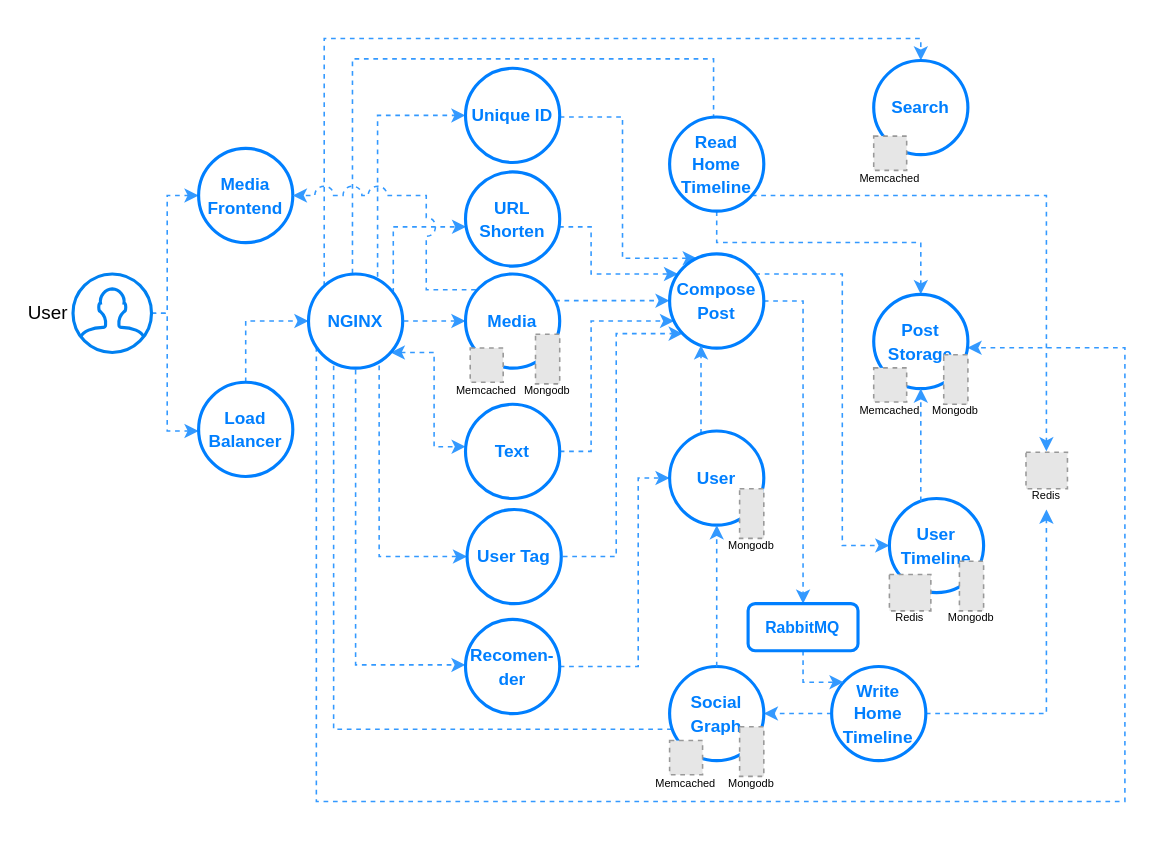
Above: Untitled Diagram.drawio in danielfct/master-thesis (draw.io), before the change. Source tidied: cells renumbered, new cells numbered last; positions are measured from the earlier drawing's top-left corner, leaving out a move shared by most shapes. Both pictures are drawn from the tidied source at 157%, with x=0, y=0 at pixel (72, 38). Pictures stored in the file or linked from it are replaced by grey dashed boxes.
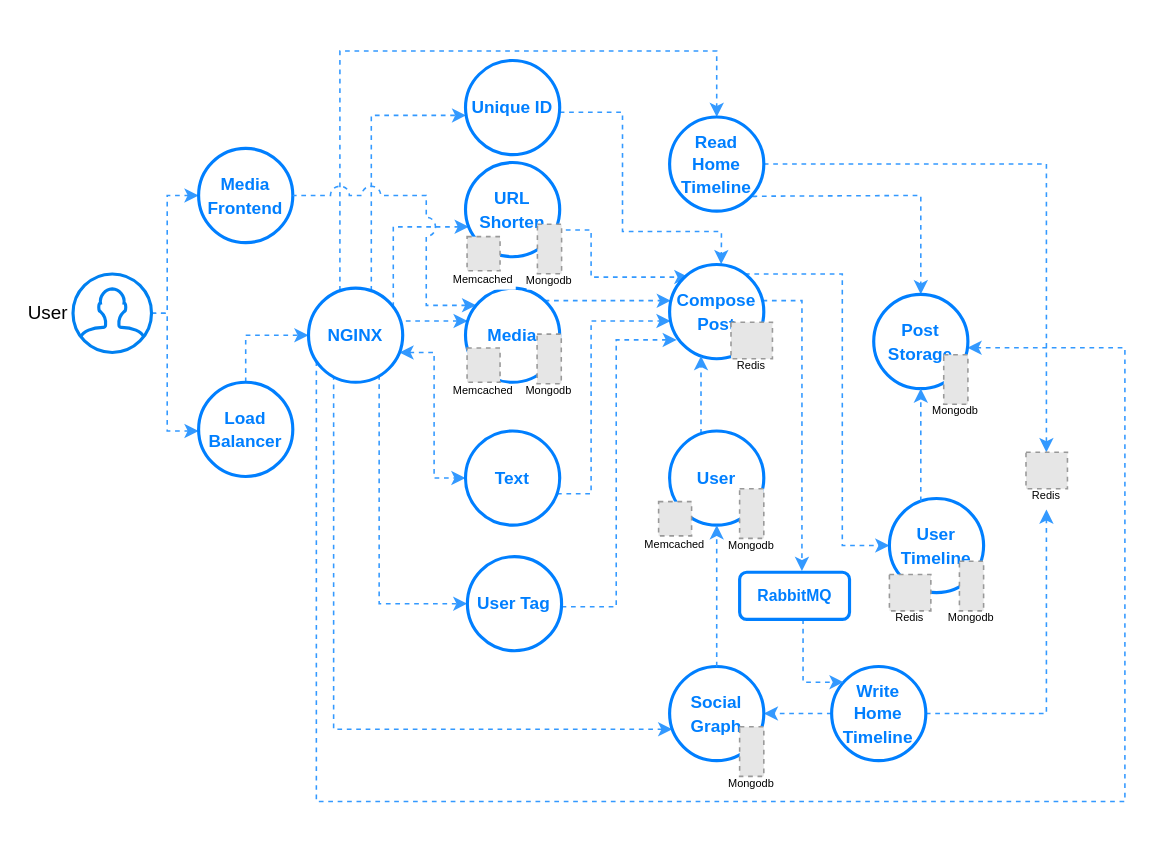
Above is the later version.

Unchanged cells that the change refers to:
```xml
<mxCell id="6" value="&lt;span style=&quot;font-size: 11px&quot;&gt;&lt;b&gt;&lt;font color=&quot;#007fff&quot;&gt;Load&lt;br&gt;Balancer&lt;br&gt;&lt;/font&gt;&lt;/b&gt;&lt;/span&gt;" style="ellipse;whiteSpace=wrap;html=1;strokeWidth=2;strokeColor=#007FFF;" parent="1" vertex="1">
  <mxGeometry x="80" y="219" width="60" height="60" as="geometry" />
</mxCell>
<mxCell id="7" value="&lt;span style=&quot;font-size: 11px&quot;&gt;&lt;b&gt;&lt;font color=&quot;#007fff&quot;&gt;Media&lt;br&gt;Frontend&lt;br&gt;&lt;/font&gt;&lt;/b&gt;&lt;/span&gt;" style="ellipse;whiteSpace=wrap;html=1;strokeWidth=2;strokeColor=#007FFF;" parent="1" vertex="1">
  <mxGeometry x="80" y="70" width="60" height="60" as="geometry" />
</mxCell>
<mxCell id="34" value="&lt;span style=&quot;font-size: 11px&quot;&gt;&lt;b&gt;&lt;font color=&quot;#007fff&quot;&gt;Read Home&lt;br&gt;Timeline&lt;br&gt;&lt;/font&gt;&lt;/b&gt;&lt;/span&gt;" style="ellipse;whiteSpace=wrap;html=1;strokeWidth=2;strokeColor=#007FFF;" parent="1" vertex="1">
  <mxGeometry x="380" y="50" width="60" height="60" as="geometry" />
</mxCell>
<mxCell id="39" value="&lt;span style=&quot;font-size: 11px&quot;&gt;&lt;b&gt;&lt;font color=&quot;#007fff&quot;&gt;User&lt;br&gt;&lt;/font&gt;&lt;/b&gt;&lt;/span&gt;" style="ellipse;whiteSpace=wrap;html=1;strokeWidth=2;strokeColor=#007FFF;" parent="1" vertex="1">
  <mxGeometry x="380" y="250" width="60" height="60" as="geometry" />
</mxCell>
<mxCell id="45" value="Redis" style="fillColor=#E6E6E6;strokeColor=#999999;dashed=1;verticalLabelPosition=bottom;labelBackgroundColor=#ffffff;verticalAlign=top;spacing=-4;fontSize=7;" parent="1" vertex="1">
  <mxGeometry x="607" y="263.6" width="26.4" height="23.2" as="geometry" />
</mxCell>
<mxCell id="48" style="group;" parent="1" vertex="1">
  <mxGeometry x="510" y="163" width="60" height="70" as="geometry" />
</mxCell>
<mxCell id="49" value="&lt;span style=&quot;font-size: 11px&quot;&gt;&lt;b&gt;&lt;font color=&quot;#007fff&quot;&gt;Post Storage&lt;br&gt;&lt;/font&gt;&lt;/b&gt;&lt;/span&gt;" style="ellipse;whiteSpace=wrap;html=1;strokeWidth=2;strokeColor=#007FFF;" parent="48" vertex="1">
  <mxGeometry width="60" height="60" as="geometry" />
</mxCell>
<mxCell id="60" style="group;" parent="1" vertex="1">
  <mxGeometry x="380" y="400" width="60" height="70" as="geometry" />
</mxCell>
<mxCell id="61" value="&lt;span style=&quot;font-size: 11px&quot;&gt;&lt;b&gt;&lt;font color=&quot;#007fff&quot;&gt;Social Graph&lt;br&gt;&lt;/font&gt;&lt;/b&gt;&lt;/span&gt;" style="ellipse;whiteSpace=wrap;html=1;strokeWidth=2;strokeColor=#007FFF;" parent="60" vertex="1">
  <mxGeometry width="60" height="60" as="geometry" />
</mxCell>
```

What changed in the source:
```diff
@@
     <mxCell id="5" style="edgeStyle=orthogonalEdgeStyle;rounded=0;jettySize=auto;html=1;dashed=1;strokeColor=#3399FF;entryX=0;entryY=0.5;entryDx=0;entryDy=0;" parent="1" edge="1" source="6" target="17">
       <mxGeometry relative="1" as="geometry">
         <Array as="points">
-          <mxPoint x="110" y="180" />
+          <mxPoint x="110" y="189" />
         </Array>
       </mxGeometry>
     </mxCell>
@@
-    <mxCell id="8" style="edgeStyle=orthogonalEdgeStyle;rounded=0;jettySize=auto;html=1;dashed=1;strokeColor=#3399FF;fontSize=7;" parent="1" edge="1" target="19">
-      <mxGeometry relative="1" as="geometry">
-        <mxPoint x="185" y="210" as="sourcePoint" />
-        <Array as="points">
-          <mxPoint x="180" y="210" />
-          <mxPoint x="180" y="399" />
-        </Array>
-      </mxGeometry>
-    </mxCell>
-    <mxCell id="9" style="edgeStyle=orthogonalEdgeStyle;rounded=0;jettySize=auto;html=1;dashed=1;strokeColor=#3399FF;fontSize=7;" parent="1" edge="1" target="21">
+    <mxCell id="9" style="edgeStyle=orthogonalEdgeStyle;rounded=0;jettySize=auto;html=1;dashed=1;strokeColor=#3399FF;fontSize=7;entryX=0;entryY=0.5;entryDx=0;entryDy=0;" parent="1" edge="1" target="21">
       <mxGeometry relative="1" as="geometry">
         <mxPoint x="195" y="208.3" as="sourcePoint" />
         <Array as="points">
-          <mxPoint x="195" y="330" />
+          <mxPoint x="195" y="360" />
         </Array>
       </mxGeometry>
     </mxCell>
     <mxCell id="10" style="edgeStyle=orthogonalEdgeStyle;rounded=0;jettySize=auto;html=1;dashed=1;strokeColor=#3399FF;fontSize=7;startArrow=classic;startFill=1;" parent="1" edge="1" source="17" target="23">
       <mxGeometry relative="1" as="geometry">
         <Array as="points">
           <mxPoint x="230" y="200" />
-          <mxPoint x="230" y="260" />
+          <mxPoint x="230" y="280" />
         </Array>
       </mxGeometry>
     </mxCell>
-    <mxCell id="11" style="edgeStyle=orthogonalEdgeStyle;rounded=0;orthogonalLoop=1;jettySize=auto;html=1;dashed=1;strokeColor=#3399FF;fontSize=7;" parent="1" edge="1">
+    <mxCell id="11" style="edgeStyle=orthogonalEdgeStyle;rounded=0;jettySize=auto;html=1;dashed=1;strokeColor=#3399FF;fontSize=7;" parent="1" edge="1" target="61">
       <mxGeometry relative="1" as="geometry">
         <mxPoint x="166" y="202.4" as="sourcePoint" />
-        <mxPoint x="414" y="440" as="targetPoint" />
         <Array as="points">
           <mxPoint x="166" y="440" />
         </Array>
       </mxGeometry>
     </mxCell>
@@
-    <mxCell id="13" style="edgeStyle=orthogonalEdgeStyle;rounded=0;orthogonalLoop=1;jettySize=auto;html=1;dashed=1;startArrow=none;startFill=0;strokeColor=#3399FF;fontSize=7;" parent="1" edge="1">
+    <mxCell id="13" style="edgeStyle=orthogonalEdgeStyle;rounded=0;jettySize=auto;html=1;dashed=1;startArrow=none;startFill=0;strokeColor=#3399FF;fontSize=7;" parent="1" edge="1" source="17" target="31">
       <mxGeometry relative="1" as="geometry">
-        <mxPoint x="194" y="151.7" as="sourcePoint" />
-        <mxPoint x="250" y="49" as="targetPoint" />
         <Array as="points">
-          <mxPoint x="194" y="49" />
+          <mxPoint x="190" y="49" />
         </Array>
       </mxGeometry>
     </mxCell>
-    <mxCell id="14" style="edgeStyle=orthogonalEdgeStyle;rounded=0;orthogonalLoop=1;jettySize=auto;html=1;dashed=1;startArrow=none;startFill=0;strokeColor=#3399FF;fontSize=7;entryX=0.5;entryY=0;entryDx=0;entryDy=0;" parent="1" edge="1">
+    <mxCell id="14" style="edgeStyle=orthogonalEdgeStyle;rounded=0;jettySize=auto;html=1;dashed=1;startArrow=none;startFill=0;strokeColor=#3399FF;fontSize=7;entryX=0.5;entryY=0;entryDx=0;entryDy=0;" parent="1" edge="1" source="17" target="34">
       <mxGeometry relative="1" as="geometry">
-        <mxPoint x="178" y="149.7" as="sourcePoint" />
-        <mxPoint x="408" y="60" as="targetPoint" />
         <Array as="points">
-          <mxPoint x="178" y="13" />
-          <mxPoint x="408" y="13" />
+          <mxPoint x="170" y="8" />
+          <mxPoint x="410" y="8" />
         </Array>
       </mxGeometry>
     </mxCell>
-    <mxCell id="15" style="edgeStyle=orthogonalEdgeStyle;rounded=0;jettySize=auto;html=1;dashed=1;startArrow=none;startFill=0;endArrow=classic;endFill=1;strokeColor=#3399FF;fontSize=7;" parent="1" edge="1" source="17" target="57">
-      <mxGeometry relative="1" as="geometry">
-        <Array as="points">
-          <mxPoint x="160" />
-          <mxPoint x="540" />
-        </Array>
-      </mxGeometry>
-    </mxCell>
@@
     <mxCell id="17" value="&lt;span style=&quot;font-size: 11px&quot;&gt;&lt;b&gt;&lt;font color=&quot;#007fff&quot;&gt;NGINX&lt;br&gt;&lt;/font&gt;&lt;/b&gt;&lt;/span&gt;" style="ellipse;whiteSpace=wrap;html=1;strokeWidth=2;strokeColor=#007FFF;" parent="1" vertex="1">
-      <mxGeometry x="150" y="150" width="60" height="60" as="geometry" />
+      <mxGeometry x="150" y="159" width="60" height="60" as="geometry" />
     </mxCell>
-    <mxCell id="18" style="edgeStyle=orthogonalEdgeStyle;rounded=0;jettySize=auto;html=1;entryX=0;entryY=0.5;entryDx=0;entryDy=0;dashed=1;startArrow=none;startFill=0;strokeColor=#3399FF;fontSize=7;" parent="1" edge="1" source="19" target="39">
-      <mxGeometry relative="1" as="geometry">
-        <Array as="points">
-          <mxPoint x="360" y="400" />
-          <mxPoint x="360" y="280" />
-        </Array>
-      </mxGeometry>
-    </mxCell>
-    <mxCell id="19" value="&lt;span style=&quot;font-size: 11px&quot;&gt;&lt;b&gt;&lt;font color=&quot;#007fff&quot;&gt;Recomen-der&lt;br&gt;&lt;/font&gt;&lt;/b&gt;&lt;/span&gt;" style="ellipse;whiteSpace=wrap;html=1;strokeWidth=2;strokeColor=#007FFF;" parent="1" vertex="1">
-      <mxGeometry x="250" y="370" width="60" height="60" as="geometry" />
-    </mxCell>
-    <mxCell id="20" style="edgeStyle=orthogonalEdgeStyle;rounded=0;jettySize=auto;html=1;dashed=1;startArrow=none;startFill=0;strokeColor=#3399FF;fontSize=7;" parent="1" edge="1" target="37">
+    <mxCell id="20" style="edgeStyle=orthogonalEdgeStyle;rounded=0;orthogonalLoop=1;jettySize=auto;html=1;dashed=1;startArrow=none;startFill=0;strokeColor=#3399FF;fontSize=7;" parent="1" edge="1">
       <mxGeometry relative="1" as="geometry">
-        <mxPoint x="306" y="330" as="sourcePoint" />
+        <mxPoint x="311.2" y="362" as="sourcePoint" />
+        <mxPoint x="384.6" y="192" as="targetPoint" />
         <Array as="points">
-          <mxPoint x="346" y="330" />
-          <mxPoint x="346" y="188" />
+          <mxPoint x="346" y="362" />
+          <mxPoint x="346" y="192" />
         </Array>
       </mxGeometry>
     </mxCell>
     <mxCell id="21" value="&lt;span style=&quot;font-size: 11px&quot;&gt;&lt;b&gt;&lt;font color=&quot;#007fff&quot;&gt;User Tag&lt;br&gt;&lt;/font&gt;&lt;/b&gt;&lt;/span&gt;" style="ellipse;whiteSpace=wrap;html=1;strokeWidth=2;strokeColor=#007FFF;" parent="1" vertex="1">
-      <mxGeometry x="251" y="300" width="60" height="60" as="geometry" />
+      <mxGeometry x="251.2" y="330" width="60" height="60" as="geometry" />
     </mxCell>
     <mxCell id="22" style="edgeStyle=orthogonalEdgeStyle;rounded=0;jettySize=auto;html=1;dashed=1;startArrow=none;startFill=0;strokeColor=#3399FF;fontSize=7;" parent="1" edge="1" source="23" target="37">
       <mxGeometry relative="1" as="geometry">
         <Array as="points">
-          <mxPoint x="330" y="263" />
+          <mxPoint x="330" y="290" />
           <mxPoint x="330" y="180" />
         </Array>
       </mxGeometry>
     </mxCell>
     <mxCell id="23" value="&lt;span style=&quot;font-size: 11px&quot;&gt;&lt;b&gt;&lt;font color=&quot;#007fff&quot;&gt;Text&lt;br&gt;&lt;/font&gt;&lt;/b&gt;&lt;/span&gt;" style="ellipse;whiteSpace=wrap;html=1;strokeWidth=2;strokeColor=#007FFF;" parent="1" vertex="1">
-      <mxGeometry x="250" y="233" width="60" height="60" as="geometry" />
+      <mxGeometry x="250" y="250" width="60" height="60" as="geometry" />
     </mxCell>
@@
-    <mxCell id="26" style="edgeStyle=orthogonalEdgeStyle;rounded=0;jettySize=auto;html=1;dashed=1;startArrow=none;startFill=0;endArrow=classic;endFill=1;strokeColor=#3399FF;fontSize=7;jumpStyle=arc;jumpSize=12;" parent="1" edge="1" target="7">
+    <mxCell id="26" style="edgeStyle=orthogonalEdgeStyle;rounded=0;jettySize=auto;html=1;dashed=1;startArrow=classic;startFill=1;endArrow=none;endFill=0;strokeColor=#3399FF;fontSize=7;jumpStyle=arc;jumpSize=12;" parent="1" edge="1" source="27" target="7">
       <mxGeometry relative="1" as="geometry">
-        <mxPoint x="262.6" y="160" as="sourcePoint" />
         <Array as="points">
-          <mxPoint x="225" y="160" />
+          <mxPoint x="225" y="170" />
           <mxPoint x="225" y="100" />
         </Array>
       </mxGeometry>
     </mxCell>
     <mxCell id="27" value="&lt;span style=&quot;font-size: 11px&quot;&gt;&lt;b&gt;&lt;font color=&quot;#007fff&quot;&gt;Media&lt;br&gt;&lt;/font&gt;&lt;/b&gt;&lt;/span&gt;" style="ellipse;whiteSpace=wrap;html=1;strokeWidth=2;strokeColor=#007FFF;" parent="1" vertex="1">
-      <mxGeometry x="250" y="150" width="60" height="60" as="geometry" />
+      <mxGeometry x="250" y="159" width="60" height="60" as="geometry" />
     </mxCell>
-    <mxCell id="28" style="edgeStyle=orthogonalEdgeStyle;rounded=0;jettySize=auto;html=1;dashed=1;startArrow=none;startFill=0;strokeColor=#3399FF;fontSize=7;" parent="1" edge="1" source="29" target="37">
+    <mxCell id="28" style="edgeStyle=orthogonalEdgeStyle;rounded=0;orthogonalLoop=1;jettySize=auto;html=1;dashed=1;startArrow=none;startFill=0;strokeColor=#3399FF;fontSize=7;" parent="1" edge="1">
       <mxGeometry relative="1" as="geometry">
+        <mxPoint x="307.9" y="122" as="sourcePoint" />
+        <mxPoint x="392" y="152" as="targetPoint" />
         <Array as="points">
-          <mxPoint x="330" y="120" />
-          <mxPoint x="330" y="150" />
+          <mxPoint x="330" y="122" />
+          <mxPoint x="330" y="152" />
         </Array>
       </mxGeometry>
     </mxCell>
     <mxCell id="29" value="&lt;span style=&quot;font-size: 11px&quot;&gt;&lt;b&gt;&lt;font color=&quot;#007fff&quot;&gt;URL Shorten&lt;br&gt;&lt;/font&gt;&lt;/b&gt;&lt;/span&gt;" style="ellipse;whiteSpace=wrap;html=1;strokeWidth=2;strokeColor=#007FFF;" parent="1" vertex="1">
-      <mxGeometry x="250" y="85" width="60" height="60" as="geometry" />
+      <mxGeometry x="250" y="79" width="60" height="60" as="geometry" />
     </mxCell>
-    <mxCell id="30" style="edgeStyle=orthogonalEdgeStyle;rounded=0;jettySize=auto;html=1;dashed=1;startArrow=none;startFill=0;strokeColor=#3399FF;fontSize=7;" parent="1" edge="1" source="31" target="37">
+    <mxCell id="30" style="edgeStyle=orthogonalEdgeStyle;rounded=0;jettySize=auto;html=1;dashed=1;startArrow=none;startFill=0;strokeColor=#3399FF;fontSize=7;entryX=0.547;entryY=-0.003;entryDx=0;entryDy=0;entryPerimeter=0;" parent="1" edge="1" target="37">
       <mxGeometry relative="1" as="geometry">
+        <mxPoint x="310" y="47" as="sourcePoint" />
         <Array as="points">
-          <mxPoint x="350" y="50" />
-          <mxPoint x="350" y="140" />
+          <mxPoint x="350" y="47" />
+          <mxPoint x="350" y="123" />
+          <mxPoint x="413" y="123" />
+          <mxPoint x="413" y="130" />
+          <mxPoint x="413" y="130" />
         </Array>
       </mxGeometry>
     </mxCell>
     <mxCell id="31" value="&lt;span style=&quot;font-size: 11px&quot;&gt;&lt;b&gt;&lt;font color=&quot;#007fff&quot;&gt;Unique ID&lt;br&gt;&lt;/font&gt;&lt;/b&gt;&lt;/span&gt;" style="ellipse;whiteSpace=wrap;html=1;strokeWidth=2;strokeColor=#007FFF;" parent="1" vertex="1">
-      <mxGeometry x="250" y="19" width="60" height="60" as="geometry" />
+      <mxGeometry x="250" y="14" width="60" height="60" as="geometry" />
     </mxCell>
     <mxCell id="32" style="edgeStyle=orthogonalEdgeStyle;rounded=0;jettySize=auto;html=1;dashed=1;strokeColor=#3399FF;fontSize=7;" parent="1" edge="1" source="34" target="45">
       <mxGeometry relative="1" as="geometry">
         <Array as="points">
-          <mxPoint x="620" y="100" />
-          <mxPoint x="620" y="263" />
+          <mxPoint x="620" y="80" />
         </Array>
       </mxGeometry>
     </mxCell>
-    <mxCell id="33" style="edgeStyle=orthogonalEdgeStyle;rounded=0;jettySize=auto;html=1;dashed=1;startArrow=none;startFill=0;endArrow=classic;endFill=1;strokeColor=#3399FF;fontSize=7;" parent="1" edge="1" source="34" target="49">
+    <mxCell id="33" style="edgeStyle=orthogonalEdgeStyle;rounded=0;jettySize=auto;html=1;dashed=1;startArrow=none;startFill=0;endArrow=classic;endFill=1;strokeColor=#3399FF;fontSize=7;exitX=0.92;exitY=0.843;exitDx=0;exitDy=0;exitPerimeter=0;" parent="1" edge="1" source="34" target="49">
       <mxGeometry relative="1" as="geometry">
         <Array as="points">
-          <mxPoint x="410" y="130" />
-          <mxPoint x="540" y="130" />
+          <mxPoint x="410" y="101" />
+          <mxPoint x="540" y="100" />
         </Array>
       </mxGeometry>
     </mxCell>
@@
-    <mxCell id="35" style="edgeStyle=orthogonalEdgeStyle;rounded=0;jettySize=auto;html=1;entryX=0.5;entryY=0;entryDx=0;entryDy=0;dashed=1;startArrow=none;startFill=0;endArrow=classic;endFill=1;strokeColor=#3399FF;fontSize=7;" parent="1" edge="1" source="37" target="44">
+    <mxCell id="35" style="edgeStyle=orthogonalEdgeStyle;rounded=0;jettySize=auto;html=1;dashed=1;startArrow=none;startFill=0;endArrow=classic;endFill=1;strokeColor=#3399FF;fontSize=7;entryX=0.567;entryY=-0.026;entryDx=0;entryDy=0;entryPerimeter=0;" parent="1" edge="1" source="37" target="44">
       <mxGeometry relative="1" as="geometry">
         <Array as="points">
-          <mxPoint x="465" y="167" />
+          <mxPoint x="464" y="167" />
         </Array>
       </mxGeometry>
     </mxCell>
@@
     <mxCell id="37" value="&lt;span style=&quot;font-size: 11px&quot;&gt;&lt;b&gt;&lt;font color=&quot;#007fff&quot;&gt;Compose Post&lt;br&gt;&lt;/font&gt;&lt;/b&gt;&lt;/span&gt;" style="ellipse;whiteSpace=wrap;html=1;strokeWidth=2;strokeColor=#007FFF;" parent="1" vertex="1">
-      <mxGeometry x="380" y="137.2" width="60" height="60" as="geometry" />
+      <mxGeometry x="380" y="144" width="60" height="60" as="geometry" />
     </mxCell>
@@
     <mxCell id="44" value="&lt;font color=&quot;#007fff&quot;&gt;&lt;span style=&quot;font-size: 10px&quot;&gt;&lt;b&gt;RabbitMQ&lt;/b&gt;&lt;/span&gt;&lt;/font&gt;" style="rounded=1;whiteSpace=wrap;html=1;strokeWidth=2;strokeColor=#007FFF;" parent="1" vertex="1">
-      <mxGeometry x="430" y="360" width="70" height="30" as="geometry" />
+      <mxGeometry x="424.6" y="340" width="70" height="30" as="geometry" />
     </mxCell>
@@
-    <mxCell id="46" value="Mongodb" style="fillColor=#E6E6E6;strokeColor=#999999;dashed=1;verticalLabelPosition=bottom;labelBackgroundColor=#ffffff;verticalAlign=top;spacing=-4;fontSize=7;" parent="1" vertex="1">
-      <mxGeometry x="294.6" y="188.4" width="15.4" height="31.6" as="geometry" />
-    </mxCell>
@@
-    <mxCell id="50" value="Memcached" style="fillColor=#E6E6E6;strokeColor=#999999;dashed=1;verticalLabelPosition=bottom;labelBackgroundColor=#ffffff;verticalAlign=top;fontSize=7;spacing=-3;" parent="48" vertex="1">
-      <mxGeometry y="46.8" width="21" height="21.8" as="geometry" />
-    </mxCell>
@@
-    <mxCell id="56" style="group;" parent="1" vertex="1">
-      <mxGeometry x="510" y="14" width="60" height="70" as="geometry" />
-    </mxCell>
-    <mxCell id="57" value="&lt;span style=&quot;font-size: 11px&quot;&gt;&lt;b&gt;&lt;font color=&quot;#007fff&quot;&gt;Search&lt;br&gt;&lt;/font&gt;&lt;/b&gt;&lt;/span&gt;" style="ellipse;whiteSpace=wrap;html=1;strokeWidth=2;strokeColor=#007FFF;" parent="56" vertex="1">
-      <mxGeometry width="60" height="60" as="geometry" />
-    </mxCell>
-    <mxCell id="58" value="Memcached" style="fillColor=#E6E6E6;strokeColor=#999999;dashed=1;verticalLabelPosition=bottom;labelBackgroundColor=#ffffff;verticalAlign=top;fontSize=7;spacing=-3;" parent="56" vertex="1">
-      <mxGeometry y="48.2" width="21" height="21.8" as="geometry" />
-    </mxCell>
     <mxCell id="59" value="Memcached" style="fillColor=#E6E6E6;strokeColor=#999999;dashed=1;verticalLabelPosition=bottom;labelBackgroundColor=#ffffff;verticalAlign=top;fontSize=7;spacing=-3;" parent="1" vertex="1">
-      <mxGeometry x="253" y="197.2" width="21" height="21.8" as="geometry" />
+      <mxGeometry x="251" y="197.2" width="21" height="21.8" as="geometry" />
     </mxCell>
@@
-    <mxCell id="63" value="Memcached" style="fillColor=#E6E6E6;strokeColor=#999999;dashed=1;verticalLabelPosition=bottom;labelBackgroundColor=#ffffff;verticalAlign=top;fontSize=7;spacing=-3;" parent="60" vertex="1">
-      <mxGeometry y="47.2" width="21" height="21.8" as="geometry" />
-    </mxCell>
@@
+    <mxCell id="66" value="Redis" style="fillColor=#E6E6E6;strokeColor=#999999;dashed=1;verticalLabelPosition=bottom;labelBackgroundColor=#ffffff;verticalAlign=top;spacing=-4;fontSize=7;" parent="1" vertex="1">
+      <mxGeometry x="419.1" y="180.8" width="26.4" height="23.2" as="geometry" />
+    </mxCell>
+    <mxCell id="67" value="Memcached" style="fillColor=#E6E6E6;strokeColor=#999999;dashed=1;verticalLabelPosition=bottom;labelBackgroundColor=#ffffff;verticalAlign=top;fontSize=7;spacing=-3;" parent="1" vertex="1">
+      <mxGeometry x="251" y="126.2" width="21" height="21.8" as="geometry" />
+    </mxCell>
+    <mxCell id="68" value="Mongodb" style="fillColor=#E6E6E6;strokeColor=#999999;dashed=1;verticalLabelPosition=bottom;labelBackgroundColor=#ffffff;verticalAlign=top;spacing=-4;fontSize=7;" parent="1" vertex="1">
+      <mxGeometry x="295.8" y="118.3" width="15.4" height="31.6" as="geometry" />
+    </mxCell>
+    <mxCell id="69" value="Memcached" style="fillColor=#E6E6E6;strokeColor=#999999;dashed=1;verticalLabelPosition=bottom;labelBackgroundColor=#ffffff;verticalAlign=top;fontSize=7;spacing=-3;" parent="1" vertex="1">
+      <mxGeometry x="373" y="295" width="21" height="21.8" as="geometry" />
+    </mxCell>
+    <mxCell id="70" value="Mongodb" style="fillColor=#E6E6E6;strokeColor=#999999;dashed=1;verticalLabelPosition=bottom;labelBackgroundColor=#ffffff;verticalAlign=top;spacing=-4;fontSize=7;" parent="1" vertex="1">
+      <mxGeometry x="295.6" y="188.3" width="15.4" height="31.6" as="geometry" />
+    </mxCell>
```
